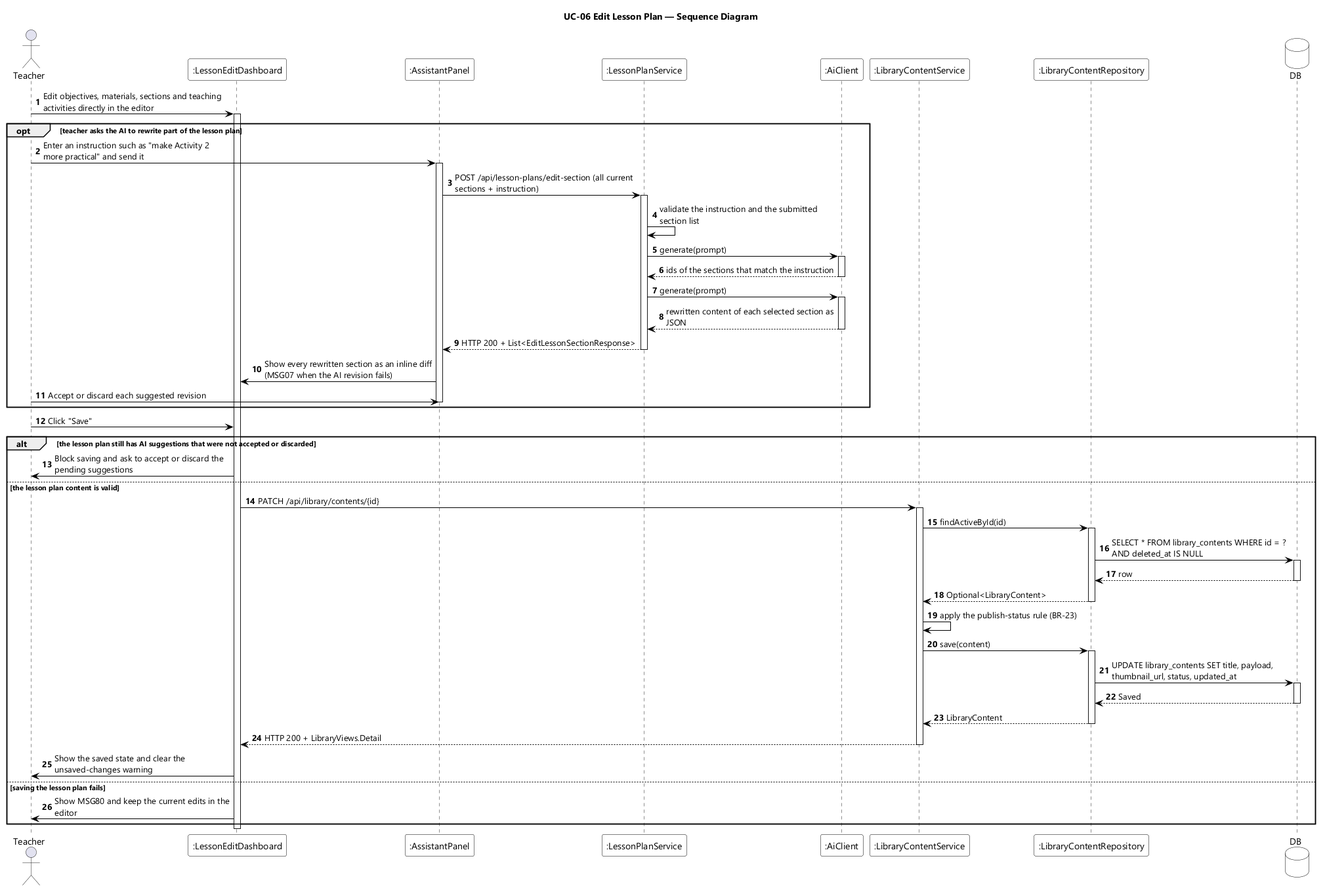
This is designs/sds-diagrams/uc06/uc06-sequence-diagram.png from EduA-system/EduA-system, a PlantUML export, as it was before one commit. Source of this version:
```plantuml
@startuml UC-06 Edit Lesson Plan - Sequence Diagram
skinparamlocked dpi 96
skinparam defaultFontName "Segoe UI"
skinparam shadowing false
skinparam ParticipantBackgroundColor #FFFFFF
skinparam ParticipantBorderColor #000000
skinparam DatabaseBackgroundColor #FFFFFF
skinparam DatabaseBorderColor #000000
skinparam ArrowColor #000000
skinparam sequenceMessageAlign left
skinparam maxMessageSize 280
title UC-06 Edit Lesson Plan — Sequence Diagram

actor Teacher
participant ":LessonEditDashboard" as EDIT
participant ":AssistantPanel" as PANEL
participant ":LessonPlanService" as LPSVC
participant ":AiClient" as AI
participant ":LibraryContentService" as LIBSVC
participant ":LibraryContentRepository" as LIBREPO
database DB

autonumber
Teacher -> EDIT : Edit objectives, materials, sections and teaching activities directly in the editor
activate EDIT

opt teacher asks the AI to rewrite part of the lesson plan
  Teacher -> PANEL : Enter an instruction such as "make Activity 2 more practical" and send it
  activate PANEL
  PANEL -> LPSVC : POST /api/lesson-plans/edit-section (all current sections + instruction)
  activate LPSVC
  LPSVC -> LPSVC : validate the instruction and the submitted section list
  LPSVC -> AI : generate(prompt)
  activate AI
  AI --> LPSVC : ids of the sections that match the instruction
  deactivate AI
  LPSVC -> AI : generate(prompt)
  activate AI
  AI --> LPSVC : rewritten content of each selected section as JSON
  deactivate AI
  LPSVC --> PANEL : HTTP 200 + List<EditLessonSectionResponse>
  deactivate LPSVC
  PANEL -> EDIT : Show every rewritten section as an inline diff (MSG07 when the AI revision fails)
  Teacher -> PANEL : Accept or discard each suggested revision
  deactivate PANEL
end

Teacher -> EDIT : Click "Save"

alt the lesson plan still has AI suggestions that were not accepted or discarded
  EDIT -> Teacher : Block saving and ask to accept or discard the pending suggestions

else the lesson plan content is valid
  EDIT -> LIBSVC : PATCH /api/library/contents/{id}
  activate LIBSVC
  LIBSVC -> LIBREPO : findActiveById(id)
  activate LIBREPO
  LIBREPO -> DB : SELECT * FROM library_contents WHERE id = ? AND deleted_at IS NULL
  activate DB
  DB --> LIBREPO : row
  deactivate DB
  LIBREPO --> LIBSVC : Optional<LibraryContent>
  deactivate LIBREPO
  LIBSVC -> LIBSVC : apply the publish-status rule (BR-23)
  LIBSVC -> LIBREPO : save(content)
  activate LIBREPO
  LIBREPO -> DB : UPDATE library_contents SET title, payload, thumbnail_url, status, updated_at
  activate DB
  DB --> LIBREPO : Saved
  deactivate DB
  LIBREPO --> LIBSVC : LibraryContent
  deactivate LIBREPO
  LIBSVC --> EDIT : HTTP 200 + LibraryViews.Detail
  deactivate LIBSVC
  EDIT -> Teacher : Show the saved state and clear the unsaved-changes warning

else saving the lesson plan fails
  EDIT -> Teacher : Show MSG80 and keep the current edits in the editor
end
deactivate EDIT
@enduml
```
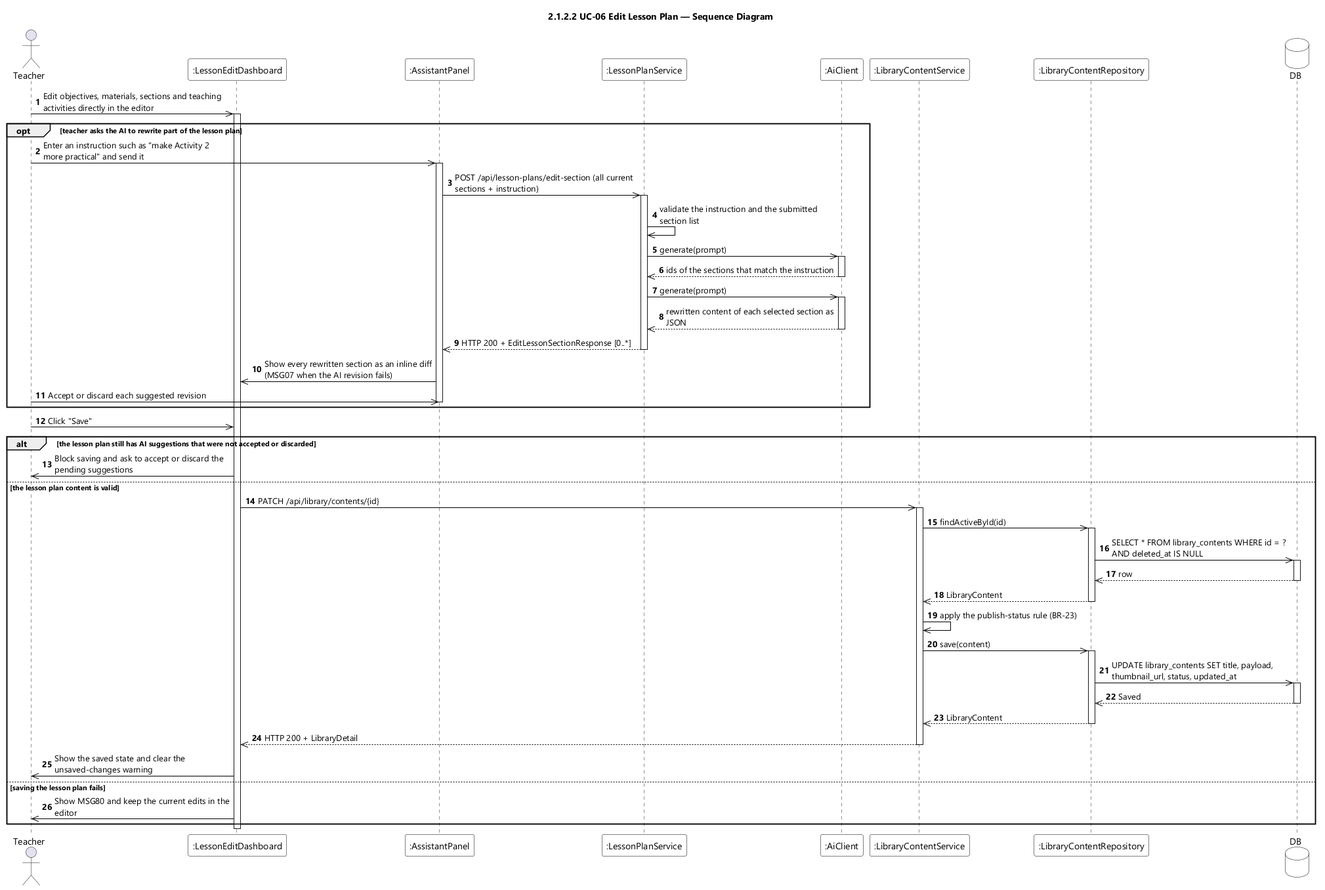
After the change.

Change to the diagram source:
```diff
@@ -9,7 +9,7 @@
 skinparam ArrowColor #000000
 skinparam sequenceMessageAlign left
 skinparam maxMessageSize 280
-title UC-06 Edit Lesson Plan — Sequence Diagram
+title 2.1.2.2 UC-06 Edit Lesson Plan — Sequence Diagram
 
 actor Teacher
 participant ":LessonEditDashboard" as EDIT
@@ -21,61 +21,61 @@
 database DB
 
 autonumber
-Teacher -> EDIT : Edit objectives, materials, sections and teaching activities directly in the editor
+Teacher ->> EDIT : Edit objectives, materials, sections and teaching activities directly in the editor
 activate EDIT
 
 opt teacher asks the AI to rewrite part of the lesson plan
-  Teacher -> PANEL : Enter an instruction such as "make Activity 2 more practical" and send it
+  Teacher ->> PANEL : Enter an instruction such as "make Activity 2 more practical" and send it
   activate PANEL
-  PANEL -> LPSVC : POST /api/lesson-plans/edit-section (all current sections + instruction)
+  PANEL ->> LPSVC : POST /api/lesson-plans/edit-section (all current sections + instruction)
   activate LPSVC
-  LPSVC -> LPSVC : validate the instruction and the submitted section list
-  LPSVC -> AI : generate(prompt)
+  LPSVC ->> LPSVC : validate the instruction and the submitted section list
+  LPSVC ->> AI : generate(prompt)
   activate AI
-  AI --> LPSVC : ids of the sections that match the instruction
+  AI -->> LPSVC : ids of the sections that match the instruction
   deactivate AI
-  LPSVC -> AI : generate(prompt)
+  LPSVC ->> AI : generate(prompt)
   activate AI
-  AI --> LPSVC : rewritten content of each selected section as JSON
+  AI -->> LPSVC : rewritten content of each selected section as JSON
   deactivate AI
-  LPSVC --> PANEL : HTTP 200 + List<EditLessonSectionResponse>
+  LPSVC -->> PANEL : HTTP 200 + EditLessonSectionResponse [0..*]
   deactivate LPSVC
-  PANEL -> EDIT : Show every rewritten section as an inline diff (MSG07 when the AI revision fails)
-  Teacher -> PANEL : Accept or discard each suggested revision
+  PANEL ->> EDIT : Show every rewritten section as an inline diff (MSG07 when the AI revision fails)
+  Teacher ->> PANEL : Accept or discard each suggested revision
   deactivate PANEL
 end
 
-Teacher -> EDIT : Click "Save"
+Teacher ->> EDIT : Click "Save"
 
 alt the lesson plan still has AI suggestions that were not accepted or discarded
-  EDIT -> Teacher : Block saving and ask to accept or discard the pending suggestions
+  EDIT ->> Teacher : Block saving and ask to accept or discard the pending suggestions
 
 else the lesson plan content is valid
-  EDIT -> LIBSVC : PATCH /api/library/contents/{id}
+  EDIT ->> LIBSVC : PATCH /api/library/contents/{id}
   activate LIBSVC
-  LIBSVC -> LIBREPO : findActiveById(id)
+  LIBSVC ->> LIBREPO : findActiveById(id)
   activate LIBREPO
-  LIBREPO -> DB : SELECT * FROM library_contents WHERE id = ? AND deleted_at IS NULL
+  LIBREPO ->> DB : SELECT * FROM library_contents WHERE id = ? AND deleted_at IS NULL
   activate DB
-  DB --> LIBREPO : row
+  DB -->> LIBREPO : row
   deactivate DB
-  LIBREPO --> LIBSVC : Optional<LibraryContent>
+  LIBREPO -->> LIBSVC : LibraryContent
   deactivate LIBREPO
-  LIBSVC -> LIBSVC : apply the publish-status rule (BR-23)
-  LIBSVC -> LIBREPO : save(content)
+  LIBSVC ->> LIBSVC : apply the publish-status rule (BR-23)
+  LIBSVC ->> LIBREPO : save(content)
   activate LIBREPO
-  LIBREPO -> DB : UPDATE library_contents SET title, payload, thumbnail_url, status, updated_at
+  LIBREPO ->> DB : UPDATE library_contents SET title, payload, thumbnail_url, status, updated_at
   activate DB
-  DB --> LIBREPO : Saved
+  DB -->> LIBREPO : Saved
   deactivate DB
-  LIBREPO --> LIBSVC : LibraryContent
+  LIBREPO -->> LIBSVC : LibraryContent
   deactivate LIBREPO
-  LIBSVC --> EDIT : HTTP 200 + LibraryViews.Detail
+  LIBSVC -->> EDIT : HTTP 200 + LibraryDetail
   deactivate LIBSVC
-  EDIT -> Teacher : Show the saved state and clear the unsaved-changes warning
+  EDIT ->> Teacher : Show the saved state and clear the unsaved-changes warning
 
 else saving the lesson plan fails
-  EDIT -> Teacher : Show MSG80 and keep the current edits in the editor
+  EDIT ->> Teacher : Show MSG80 and keep the current edits in the editor
 end
 deactivate EDIT
 @enduml
```
